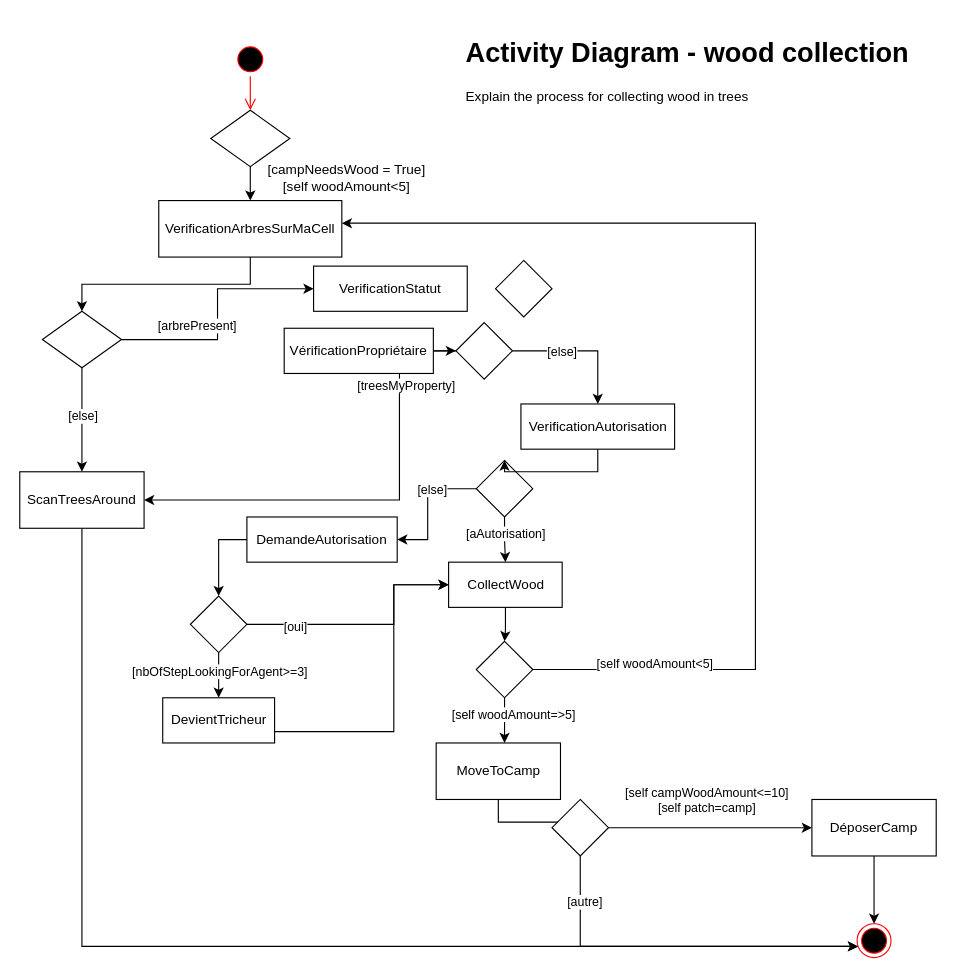
The draw.io diagram page "Page-5" (5 of 7) of DundiV0.drawio in panchovdl/DundiModel, before the edit. Source tidied: cells renumbered, new cells numbered last; positions are measured from the earlier drawing's top-left corner, leaving out a move shared by most shapes. Both pictures are drawn from the tidied source at 113%, with x=0, y=0 at pixel (19, 31).
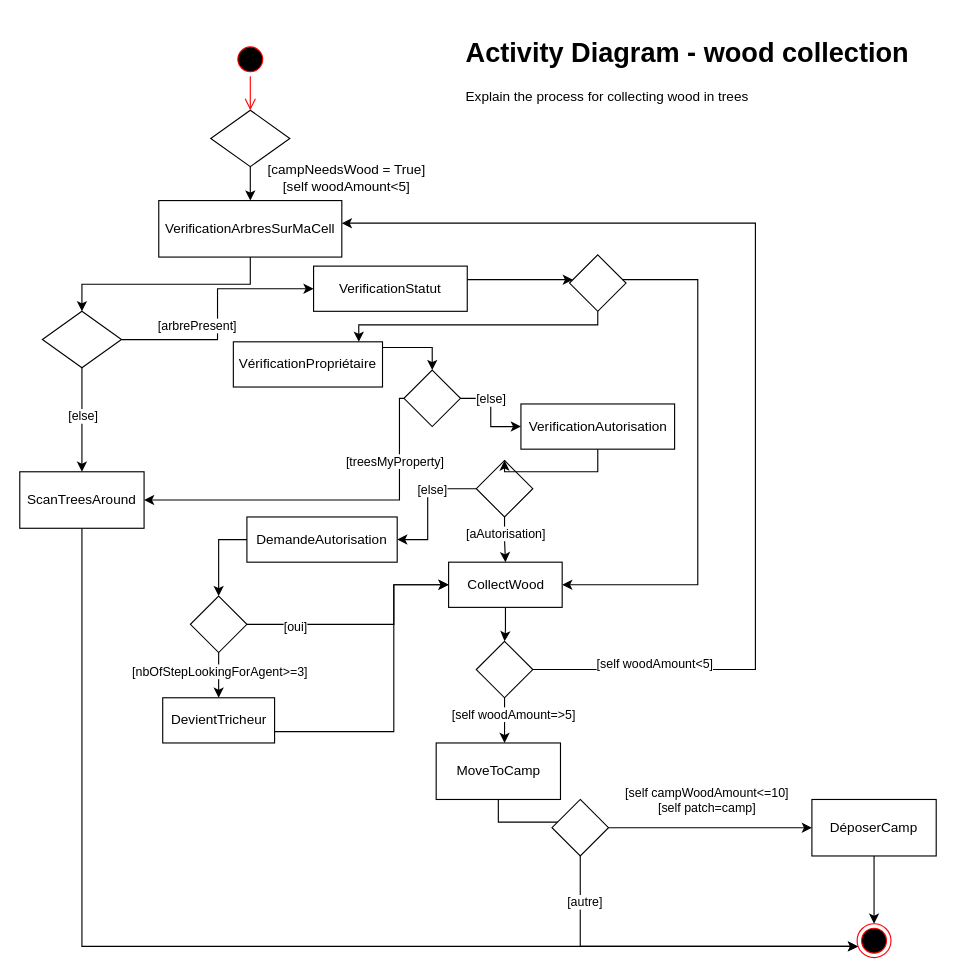
The same page after the edit.

The change refers to these unchanged cells:
```xml
<mxCell id="16" value="CollectWood" style="html=1;whiteSpace=wrap;" parent="1" vertex="1">
  <mxGeometry x="379.5" y="470" width="100.5" height="40" as="geometry" />
</mxCell>
<mxCell id="57" value="VerificationStatut" style="html=1;whiteSpace=wrap;" parent="1" vertex="1">
  <mxGeometry x="260" y="208" width="136" height="40" as="geometry" />
</mxCell>
```

What changed in the source:
```diff
@@
     <mxCell id="24" style="rhombus;whiteSpace=wrap;html=1;" parent="1" vertex="1">
-      <mxGeometry x="386" y="258" width="50" height="50" as="geometry" />
+      <mxGeometry x="340" y="300" width="50" height="50" as="geometry" />
     </mxCell>
@@
     <mxCell id="27" value="VérificationPropriétaire" style="html=1;whiteSpace=wrap;" parent="1" vertex="1">
-      <mxGeometry x="234" y="263" width="132" height="40" as="geometry" />
+      <mxGeometry x="189" y="275" width="132" height="40" as="geometry" />
     </mxCell>
@@
     <mxCell id="58" style="rhombus;whiteSpace=wrap;html=1;" parent="1" vertex="1">
-      <mxGeometry x="421" y="203" width="50" height="50" as="geometry" />
+      <mxGeometry x="486.5" y="198" width="50" height="50" as="geometry" />
     </mxCell>
+    <mxCell id="59" style="edgeStyle=orthogonalEdgeStyle;rounded=0;jettySize=auto;html=1;" parent="1" edge="1" source="57" target="58">
+      <mxGeometry relative="1" as="geometry">
+        <Array as="points">
+          <mxPoint x="420" y="220" />
+          <mxPoint x="420" y="220" />
+        </Array>
+      </mxGeometry>
+    </mxCell>
+    <mxCell id="60" style="edgeStyle=orthogonalEdgeStyle;rounded=0;jettySize=auto;html=1;" parent="1" edge="1" source="58" target="16">
+      <mxGeometry relative="1" as="geometry">
+        <Array as="points">
+          <mxPoint x="600" y="220" />
+          <mxPoint x="600" y="490" />
+        </Array>
+      </mxGeometry>
+    </mxCell>
+    <mxCell id="61" style="edgeStyle=orthogonalEdgeStyle;rounded=0;jettySize=auto;html=1;" parent="1" edge="1" source="58" target="27">
+      <mxGeometry relative="1" as="geometry">
+        <Array as="points">
+          <mxPoint x="512" y="260" />
+          <mxPoint x="300" y="260" />
+        </Array>
+      </mxGeometry>
+    </mxCell>
```
